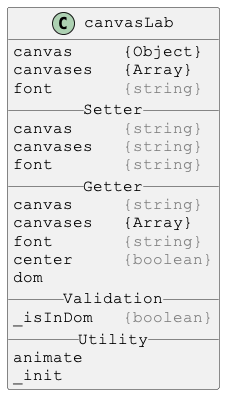
Earlier version of the PlantUML export docs/PlantUml/images/canvasLab.png (Justin-Byrne/canvasLab).
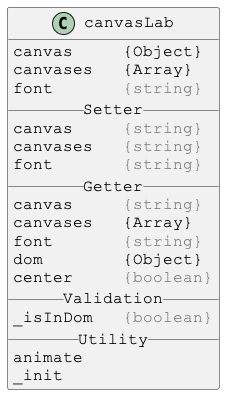
After the change.

Diff of the diagram source:
```diff
@@ -15,8 +15,8 @@
 canvas     <color:gray>{string}</color>
 canvases   {Array}
 font       <color:gray>{string}</color>
+dom        {Object}
 center     <color:gray>{boolean}</color>
-dom
 __ Validation __
 _isInDom   <color:gray>{boolean}</color>
 __ Utility __
```
